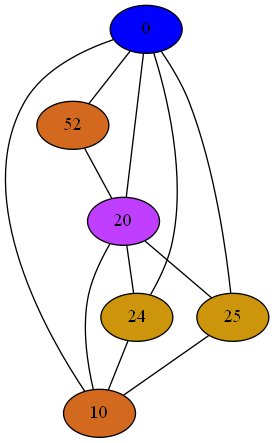
The Graphviz diagram Compiler/25iGraph.png in mbajaj92/Project-Astoria, before a commit. Its source is kept beside it as Compiler/25iGraph.dot.
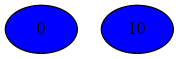
After the commit.

Diff of the diagram source:
```diff
@@ -1,30 +1,4 @@
 strict graph {
 0[label="0" style=filled fillcolor="blue1"];
-0 -- 52
-0 -- 20
-0 -- 24
-0 -- 25
-0 -- 10
-52[label="52" style=filled fillcolor="chocolate"];
-52 -- 0
-52 -- 20
-20[label="20" style=filled fillcolor="darkorchid1"];
-20 -- 0
-20 -- 52
-20 -- 24
-20 -- 25
-20 -- 10
-24[label="24" style=filled fillcolor="darkgoldenrod3"];
-24 -- 0
-24 -- 20
-24 -- 10
-25[label="25" style=filled fillcolor="darkgoldenrod3"];
-25 -- 0
-25 -- 20
-25 -- 10
-10[label="10" style=filled fillcolor="chocolate"];
-10 -- 0
-10 -- 20
-10 -- 24
-10 -- 25
+10[label="10" style=filled fillcolor="blue1"];
 }
```
